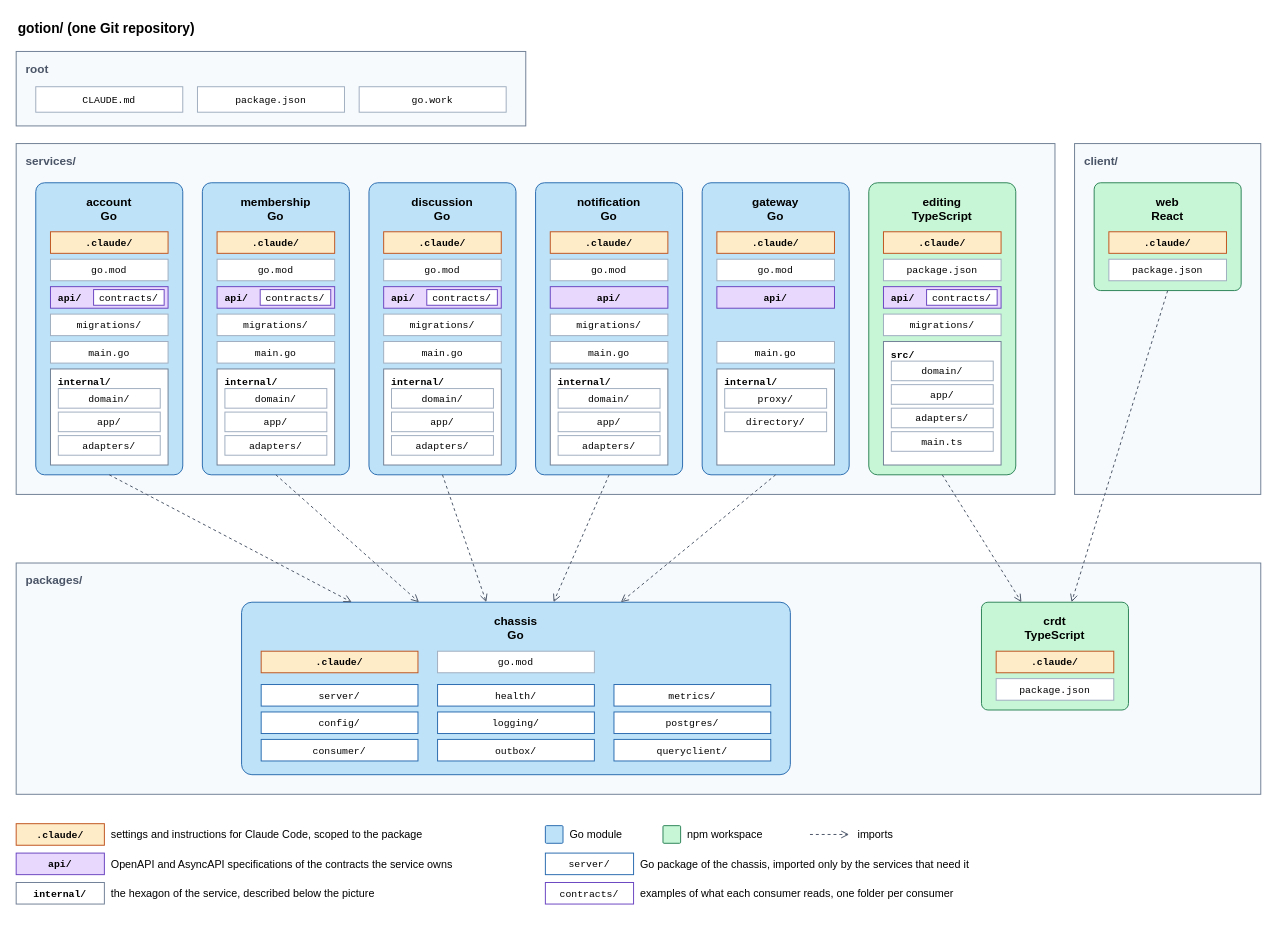
Above: docs/assets/devops/monorepo.drawio in Bending-Forks/gotion (draw.io), before the change. Source tidied: cells renumbered, new cells numbered last; positions are measured from the earlier drawing's top-left corner, leaving out a move shared by most shapes. Both pictures are drawn from the tidied source at 98%, with x=0, y=0 at pixel (16, 16).
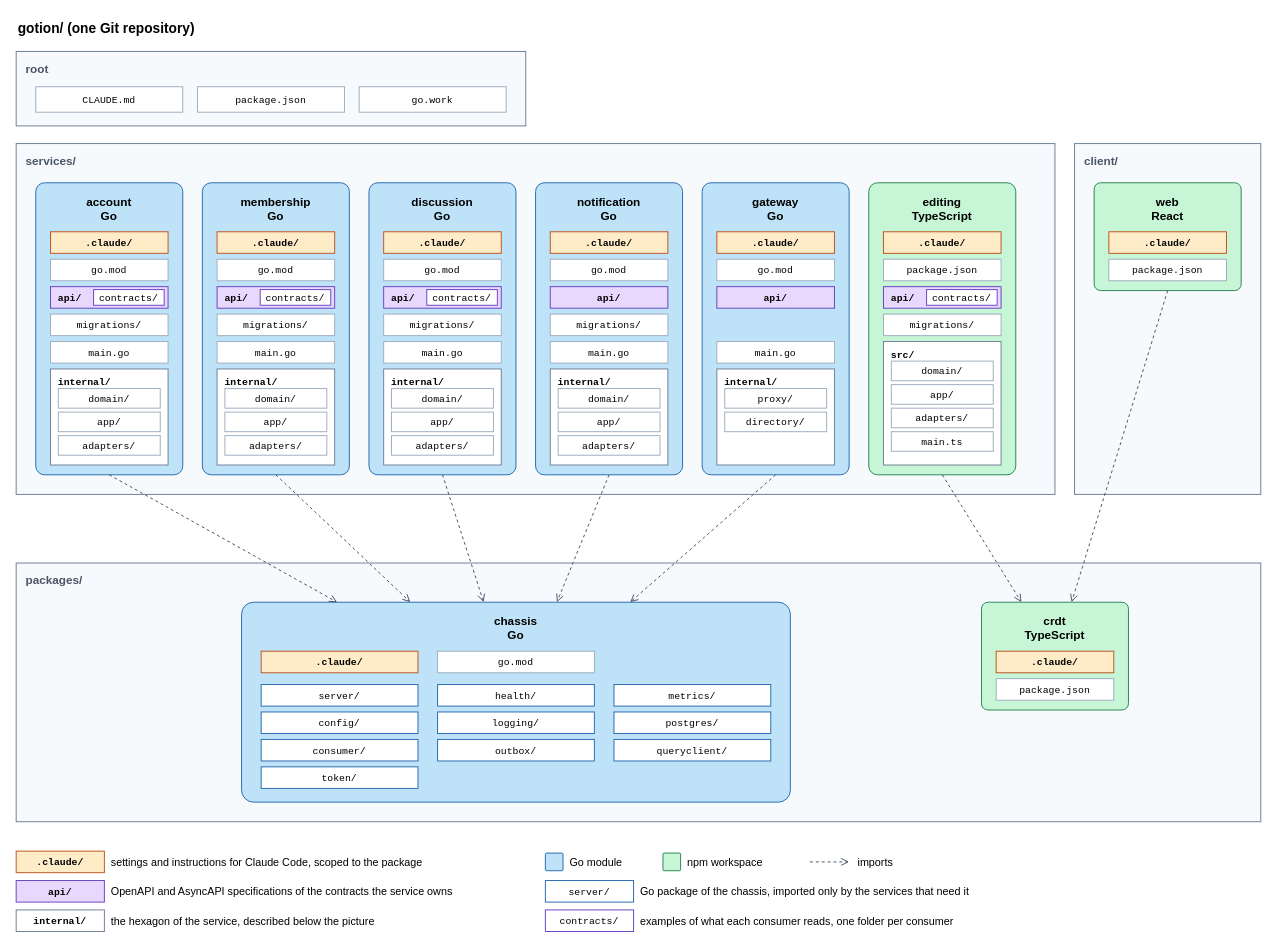
The same diagram, later.

Commit message (it also covers changes not shown here):
docs: add the token package to the chassis in the monorepo figure

What changed in the source:
```diff
@@
     <mxCell id="74" value="packages/" style="rounded=0;fillColor=#f7fafc;strokeColor=#718096;verticalAlign=top;align=left;spacingLeft=8;spacingTop=4;fontSize=12;fontStyle=1;fontColor=#4a5568;html=0;" parent="1" vertex="1">
-      <mxGeometry y="558" width="1270" height="236" as="geometry" />
+      <mxGeometry y="558" width="1270" height="264" as="geometry" />
     </mxCell>
     <mxCell id="75" value="chassis&#10;Go" style="rounded=1;arcSize=6;fillColor=#bee3f8;strokeColor=#2b6cb0;verticalAlign=top;spacingTop=6;fontSize=12;fontStyle=1;html=0;" parent="1" vertex="1">
-      <mxGeometry x="230" y="598" width="560" height="176" as="geometry" />
+      <mxGeometry x="230" y="598" width="560" height="204" as="geometry" />
     </mxCell>
@@
+    <mxCell id="113" value="token/" style="rounded=0;fillColor=#ffffff;strokeColor=#2b6cb0;fontSize=10;fontFamily=Courier New;html=0;" parent="1" vertex="1">
+      <mxGeometry x="250" y="766" width="160" height="22" as="geometry" />
+    </mxCell>
@@
     <mxCell id="97" value=".claude/" style="rounded=0;fillColor=#feebc8;strokeColor=#c05621;fontSize=10;fontStyle=1;fontFamily=Courier New;html=0;" parent="1" vertex="1">
-      <mxGeometry y="824" width="90" height="22" as="geometry" />
+      <mxGeometry y="852" width="90" height="22" as="geometry" />
     </mxCell>
     <mxCell id="98" value="settings and instructions for Claude Code, scoped to the package" style="text;align=left;verticalAlign=middle;fontSize=11;html=0;" parent="1" vertex="1">
-      <mxGeometry x="95" y="824" width="420" height="22" as="geometry" />
+      <mxGeometry x="95" y="852" width="420" height="22" as="geometry" />
     </mxCell>
     <mxCell id="99" style="rounded=1;arcSize=6;fillColor=#bee3f8;strokeColor=#2b6cb0;verticalAlign=top;spacingTop=6;fontSize=12;fontStyle=1;html=0;" parent="1" vertex="1">
-      <mxGeometry x="540" y="826" width="18" height="18" as="geometry" />
+      <mxGeometry x="540" y="854" width="18" height="18" as="geometry" />
     </mxCell>
     <mxCell id="100" value="Go module" style="text;align=left;verticalAlign=middle;fontSize=11;html=0;" parent="1" vertex="1">
-      <mxGeometry x="563" y="824" width="90" height="22" as="geometry" />
+      <mxGeometry x="563" y="852" width="90" height="22" as="geometry" />
     </mxCell>
     <mxCell id="101" style="rounded=1;arcSize=6;fillColor=#c6f6d5;strokeColor=#2f855a;verticalAlign=top;spacingTop=6;fontSize=12;fontStyle=1;html=0;" parent="1" vertex="1">
-      <mxGeometry x="660" y="826" width="18" height="18" as="geometry" />
+      <mxGeometry x="660" y="854" width="18" height="18" as="geometry" />
     </mxCell>
     <mxCell id="102" value="npm workspace" style="text;align=left;verticalAlign=middle;fontSize=11;html=0;" parent="1" vertex="1">
-      <mxGeometry x="683" y="824" width="110" height="22" as="geometry" />
+      <mxGeometry x="683" y="852" width="110" height="22" as="geometry" />
     </mxCell>
     <mxCell id="103" style="endArrow=open;dashed=1;strokeColor=#4a5568;html=0;" parent="1" edge="1">
       <mxGeometry relative="1" as="geometry">
-        <mxPoint x="810" y="835" as="sourcePoint" />
-        <mxPoint x="850" y="835" as="targetPoint" />
+        <mxPoint x="810" y="863" as="sourcePoint" />
+        <mxPoint x="850" y="863" as="targetPoint" />
       </mxGeometry>
     </mxCell>
     <mxCell id="104" value="imports" style="text;align=left;verticalAlign=middle;fontSize=11;html=0;" parent="1" vertex="1">
-      <mxGeometry x="857" y="824" width="80" height="22" as="geometry" />
+      <mxGeometry x="857" y="852" width="80" height="22" as="geometry" />
     </mxCell>
     <mxCell id="105" value="api/" style="rounded=0;fillColor=#e9d8fd;strokeColor=#6b46c1;fontSize=10;fontStyle=1;fontFamily=Courier New;html=0;" parent="1" vertex="1">
-      <mxGeometry y="854" width="90" height="22" as="geometry" />
+      <mxGeometry y="882" width="90" height="22" as="geometry" />
     </mxCell>
     <mxCell id="106" value="OpenAPI and AsyncAPI specifications of the contracts the service owns" style="text;align=left;verticalAlign=middle;fontSize=11;html=0;" parent="1" vertex="1">
-      <mxGeometry x="95" y="854" width="420" height="22" as="geometry" />
+      <mxGeometry x="95" y="882" width="420" height="22" as="geometry" />
     </mxCell>
     <mxCell id="107" value="server/" style="rounded=0;fillColor=#ffffff;strokeColor=#2b6cb0;fontSize=10;fontFamily=Courier New;html=0;" parent="1" vertex="1">
-      <mxGeometry x="540" y="854" width="90" height="22" as="geometry" />
+      <mxGeometry x="540" y="882" width="90" height="22" as="geometry" />
     </mxCell>
     <mxCell id="108" value="Go package of the chassis, imported only by the services that need it" style="text;align=left;verticalAlign=middle;fontSize=11;html=0;" parent="1" vertex="1">
-      <mxGeometry x="635" y="854" width="460" height="22" as="geometry" />
+      <mxGeometry x="635" y="882" width="460" height="22" as="geometry" />
     </mxCell>
     <mxCell id="109" value="internal/" style="rounded=0;fillColor=#ffffff;strokeColor=#718096;fontSize=10;fontStyle=1;fontFamily=Courier New;html=0;" parent="1" vertex="1">
-      <mxGeometry y="884" width="90" height="22" as="geometry" />
+      <mxGeometry y="912" width="90" height="22" as="geometry" />
     </mxCell>
     <mxCell id="110" value="the hexagon of the service, described below the picture" style="text;align=left;verticalAlign=middle;fontSize=11;html=0;" parent="1" vertex="1">
-      <mxGeometry x="95" y="884" width="420" height="22" as="geometry" />
+      <mxGeometry x="95" y="912" width="420" height="22" as="geometry" />
     </mxCell>
     <mxCell id="111" value="contracts/" style="rounded=0;fillColor=#ffffff;strokeColor=#6b46c1;fontSize=10;fontFamily=Courier New;html=0;" parent="1" vertex="1">
-      <mxGeometry x="540" y="884" width="90" height="22" as="geometry" />
+      <mxGeometry x="540" y="912" width="90" height="22" as="geometry" />
     </mxCell>
     <mxCell id="112" value="examples of what each consumer reads, one folder per consumer" style="text;align=left;verticalAlign=middle;fontSize=11;html=0;" parent="1" vertex="1">
-      <mxGeometry x="635" y="884" width="460" height="22" as="geometry" />
+      <mxGeometry x="635" y="912" width="460" height="22" as="geometry" />
     </mxCell>
```
